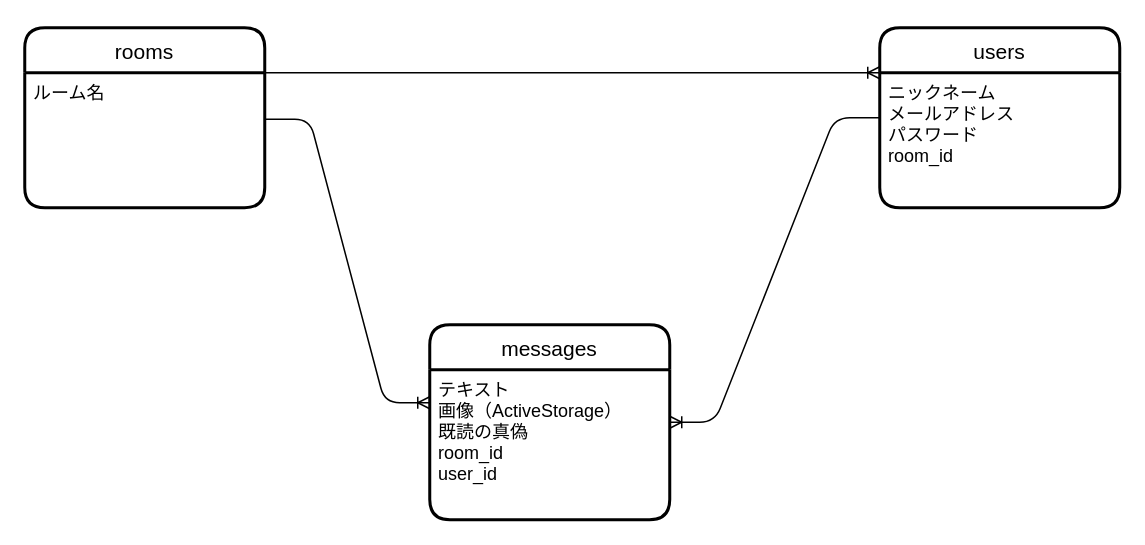
Above: Famliy.dio in nomu-freedom/Family (draw.io), before the change. Source tidied: cells renumbered, new cells numbered last; positions are measured from the earlier drawing's top-left corner, leaving out a move shared by most shapes. Both pictures are drawn from the tidied source at 150%, with x=0, y=0 at pixel (24, 27).
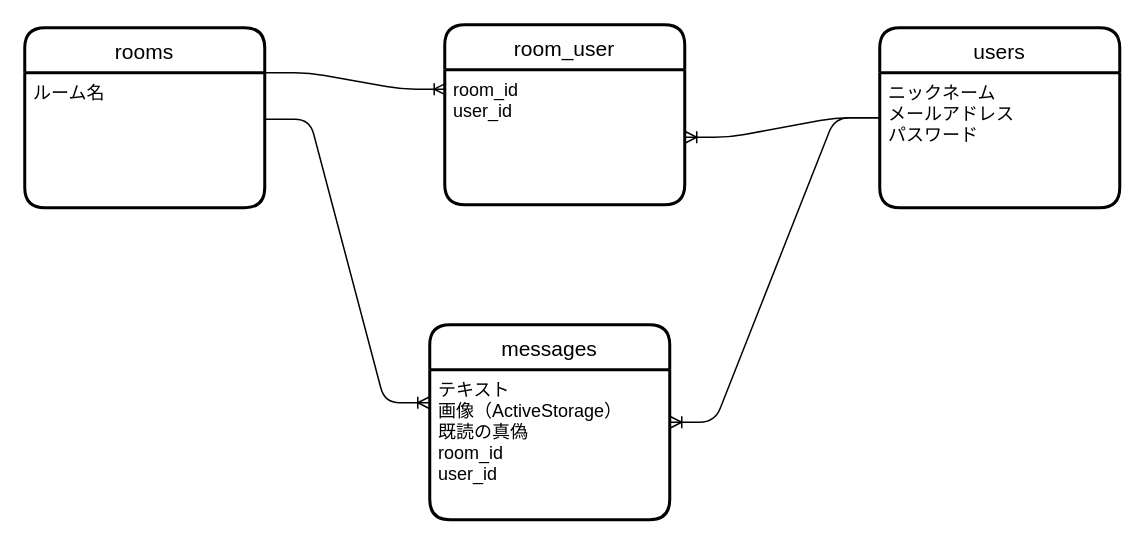
Above is the later version.

Change to the diagram source:
```diff
@@
 <mxGraphModel>
   <root>
     <mxCell id="0" />
     <mxCell id="1" parent="0" />
     <mxCell id="2" style="edgeStyle=entityRelationEdgeStyle;fontSize=12;html=1;endArrow=ERoneToMany;" parent="1" edge="1" source="5" target="9">
       <mxGeometry relative="1" as="geometry" />
     </mxCell>
     <mxCell id="3" style="edgeStyle=entityRelationEdgeStyle;fontSize=12;html=1;endArrow=ERoneToMany;exitX=1;exitY=0.344;exitDx=0;exitDy=0;exitPerimeter=0;" parent="1" edge="1" source="8">
       <mxGeometry relative="1" as="geometry">
         <mxPoint x="270" y="250" as="targetPoint" />
       </mxGeometry>
     </mxCell>
-    <mxCell id="4" style="edgeStyle=entityRelationEdgeStyle;fontSize=12;html=1;endArrow=ERoneToMany;entryX=0;entryY=0;entryDx=0;entryDy=0;exitX=1;exitY=0.25;exitDx=0;exitDy=0;" parent="1" edge="1" source="7" target="6">
+    <mxCell id="4" style="edgeStyle=entityRelationEdgeStyle;fontSize=12;html=1;endArrow=ERoneToMany;entryX=0.006;entryY=0.144;entryDx=0;entryDy=0;exitX=1;exitY=0.25;exitDx=0;exitDy=0;entryPerimeter=0;" parent="1" edge="1" source="7" target="12">
       <mxGeometry relative="1" as="geometry" />
     </mxCell>
     <mxCell id="5" value="users" style="swimlane;horizontal=1;startSize=30;rounded=1;fontSize=14;fontStyle=0;strokeWidth=2;shadow=0;dashed=0;align=center;" parent="1" vertex="1">
       <mxGeometry x="570" width="160" height="120" as="geometry" />
     </mxCell>
-    <mxCell id="6" value="ニックネーム&#10;メールアドレス&#10;パスワード&#10;room_id" style="align=left;strokeColor=none;fillColor=none;spacingLeft=4;fontSize=12;verticalAlign=top;" parent="5" vertex="1">
+    <mxCell id="6" value="ニックネーム&#10;メールアドレス&#10;パスワード" style="align=left;strokeColor=none;fillColor=none;spacingLeft=4;fontSize=12;verticalAlign=top;" parent="5" vertex="1">
       <mxGeometry y="30" width="160" height="90" as="geometry" />
     </mxCell>
     <mxCell id="7" value="rooms" style="swimlane;horizontal=1;startSize=30;rounded=1;fontSize=14;fontStyle=0;strokeWidth=2;shadow=0;dashed=0;align=center;" parent="1" vertex="1">
       <mxGeometry width="160" height="120" as="geometry" />
     </mxCell>
     <mxCell id="8" value="ルーム名" style="align=left;strokeColor=none;fillColor=none;spacingLeft=4;fontSize=12;verticalAlign=top;" parent="7" vertex="1">
       <mxGeometry y="30" width="160" height="90" as="geometry" />
     </mxCell>
     <mxCell id="9" value="messages" style="swimlane;horizontal=1;startSize=30;rounded=1;fontSize=14;fontStyle=0;strokeWidth=2;shadow=0;dashed=0;align=center;" parent="1" vertex="1">
       <mxGeometry x="270" y="198" width="160" height="130" as="geometry" />
     </mxCell>
     <mxCell id="10" value="テキスト&#10;画像（ActiveStorage）&#10;既読の真偽&#10;room_id&#10;user_id&#10;&#10;" style="align=left;strokeColor=none;fillColor=none;spacingLeft=4;fontSize=12;verticalAlign=top;" parent="9" vertex="1">
       <mxGeometry y="30" width="160" height="100" as="geometry" />
     </mxCell>
+    <mxCell id="11" value="room_user" style="swimlane;horizontal=1;startSize=30;rounded=1;fontSize=14;fontStyle=0;strokeWidth=2;shadow=0;dashed=0;align=center;" parent="1" vertex="1">
+      <mxGeometry x="280" y="-2" width="160" height="120" as="geometry" />
+    </mxCell>
+    <mxCell id="12" value="room_id&#10;user_id" style="align=left;strokeColor=none;fillColor=none;spacingLeft=4;fontSize=12;verticalAlign=top;" parent="11" vertex="1">
+      <mxGeometry y="30" width="160" height="90" as="geometry" />
+    </mxCell>
+    <mxCell id="13" style="edgeStyle=entityRelationEdgeStyle;fontSize=12;html=1;endArrow=ERoneToMany;" parent="1" edge="1" source="5" target="12">
+      <mxGeometry relative="1" as="geometry" />
+    </mxCell>
   </root>
 </mxGraphModel>
```
